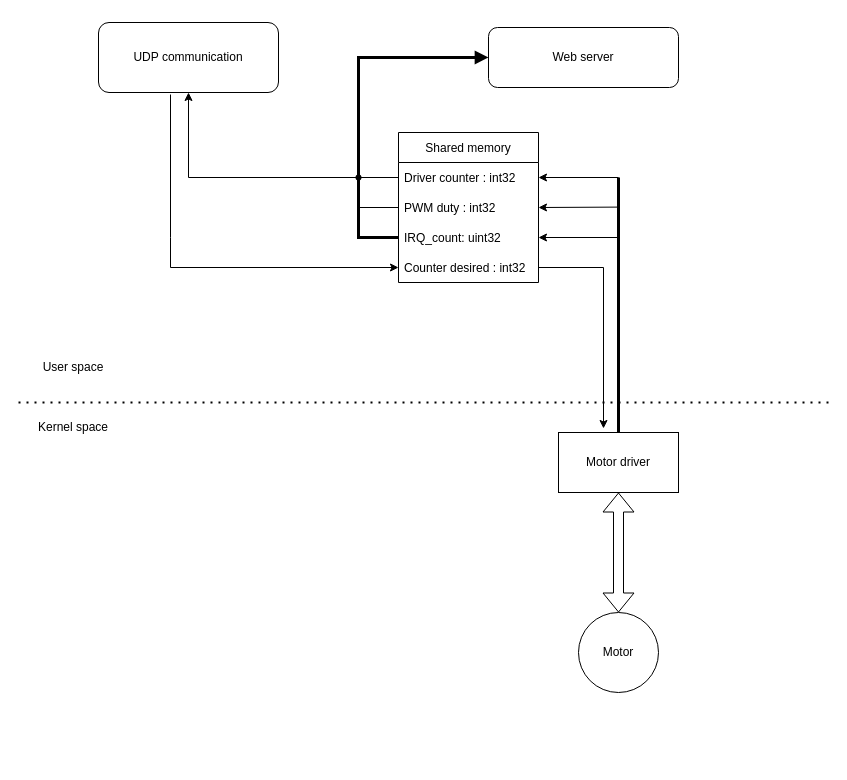
Earlier version of the draw.io diagram Structure.drawio (ddatsko/CTU_RTSP_term_project). Source tidied: cells renumbered, new cells numbered last; positions are measured from the earlier drawing's top-left corner, leaving out a move shared by most shapes. Both pictures are drawn from the tidied source at 100%, with x=0, y=0 at pixel (18, 22).
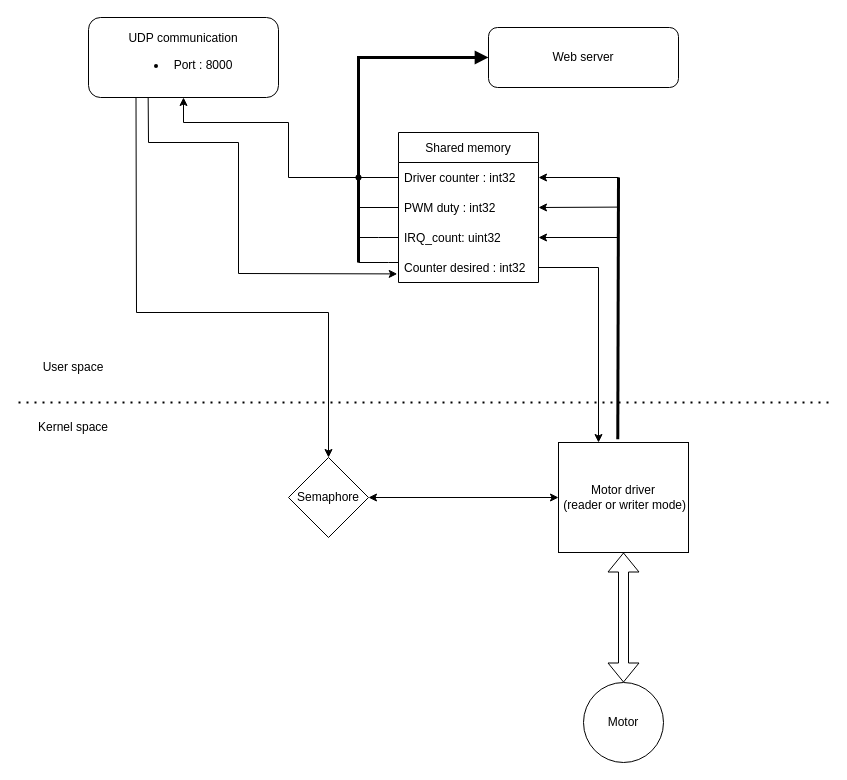
The same page after the edit.

The change refers to these unchanged cells:
```xml
<mxCell id="10" value="Driver counter : int32" style="text;strokeColor=none;fillColor=none;align=left;verticalAlign=middle;spacingLeft=4;spacingRight=4;overflow=hidden;points=[[0,0.5],[1,0.5]];portConstraint=eastwest;" parent="9" vertex="1">
  <mxGeometry y="30" width="140" height="30" as="geometry" />
</mxCell>
<mxCell id="12" value="IRQ_count: uint32" style="text;strokeColor=none;fillColor=none;align=left;verticalAlign=middle;spacingLeft=4;spacingRight=4;overflow=hidden;points=[[0,0.5],[1,0.5]];portConstraint=eastwest;" parent="9" vertex="1">
  <mxGeometry y="90" width="140" height="30" as="geometry" />
</mxCell>
<mxCell id="13" value="Counter desired : int32" style="text;strokeColor=none;fillColor=none;align=left;verticalAlign=middle;spacingLeft=4;spacingRight=4;overflow=hidden;points=[[0,0.5],[1,0.5]];portConstraint=eastwest;" parent="9" vertex="1">
  <mxGeometry y="120" width="140" height="30" as="geometry" />
</mxCell>
<mxCell id="24" style="shape=waypoint;sketch=0;fillStyle=solid;size=6;points=[];fillColor=none;perimeter=centerPerimeter;snapToPoint=1;" parent="1" vertex="1">
  <mxGeometry x="320" y="135" width="40" height="40" as="geometry" />
</mxCell>
```

The edit, as a diff of the source:
```diff
@@
-    <mxCell id="2" value="&lt;div&gt;Motor driver&lt;/div&gt;" style="rounded=0;whiteSpace=wrap;html=1;" parent="1" vertex="1">
-      <mxGeometry x="540" y="410" width="120" height="60" as="geometry" />
+    <mxCell id="2" value="&lt;div&gt;Motor driver&lt;/div&gt;&lt;div&gt;&amp;nbsp;(reader or writer mode)&lt;/div&gt;" style="rounded=0;whiteSpace=wrap;html=1;" parent="1" vertex="1">
+      <mxGeometry x="540" y="420" width="130" height="110" as="geometry" />
     </mxCell>
     <mxCell id="3" value="Motor" style="ellipse;whiteSpace=wrap;html=1;" parent="1" vertex="1">
-      <mxGeometry x="560" y="590" width="80" height="80" as="geometry" />
+      <mxGeometry x="565" y="660" width="80" height="80" as="geometry" />
     </mxCell>
@@
-    <mxCell id="5" value="&lt;div&gt;UDP communication&lt;/div&gt;" style="rounded=1;whiteSpace=wrap;html=1;" parent="1" vertex="1">
-      <mxGeometry x="80" width="180" height="70" as="geometry" />
+    <mxCell id="5" value="&lt;div&gt;UDP communication&lt;/div&gt;&lt;div&gt;&lt;ul&gt;&lt;li&gt;Port : 8000&lt;/li&gt;&lt;/ul&gt;&lt;/div&gt;" style="rounded=1;whiteSpace=wrap;html=1;" parent="1" vertex="1">
+      <mxGeometry x="70" y="-5" width="190" height="80" as="geometry" />
     </mxCell>
@@
     <mxCell id="14" style="endArrow=classic;html=1;rounded=0;exitX=0;exitY=0.5;exitDx=0;exitDy=0;entryX=0.5;entryY=1;entryDx=0;entryDy=0;" parent="1" edge="1" source="10" target="5">
       <mxGeometry relative="1" as="geometry">
         <Array as="points">
-          <mxPoint x="170" y="155" />
+          <mxPoint x="270" y="155" />
+          <mxPoint x="270" y="100" />
+          <mxPoint x="165" y="100" />
         </Array>
       </mxGeometry>
     </mxCell>
-    <mxCell id="15" style="endArrow=classic;html=1;rounded=0;exitX=0.4;exitY=1.029;exitDx=0;exitDy=0;exitPerimeter=0;entryX=0;entryY=0.5;entryDx=0;entryDy=0;" parent="1" edge="1" source="5" target="13">
-      <mxGeometry relative="1" as="geometry">
-        <Array as="points">
-          <mxPoint x="152" y="215" />
-          <mxPoint x="152" y="245" />
-        </Array>
-      </mxGeometry>
-    </mxCell>
-    <mxCell id="16" style="endArrow=classic;html=1;rounded=0;exitX=1;exitY=0.5;exitDx=0;exitDy=0;entryX=0.375;entryY=-0.067;entryDx=0;entryDy=0;entryPerimeter=0;" parent="1" edge="1" source="13" target="2">
-      <mxGeometry relative="1" as="geometry">
-        <Array as="points">
-          <mxPoint x="585" y="245" />
-        </Array>
-      </mxGeometry>
-    </mxCell>
@@
-    <mxCell id="19" style="endArrow=none;html=1;rounded=0;entryX=0;entryY=0.5;entryDx=0;entryDy=0;strokeWidth=3;exitDx=0;exitDy=0;startArrow=none;startFill=1;" parent="1" edge="1" source="24" target="12">
+    <mxCell id="19" style="endArrow=none;html=1;rounded=0;strokeWidth=3;exitDx=0;exitDy=0;startArrow=none;startFill=1;" parent="1" edge="1" source="24">
       <mxGeometry relative="1" as="geometry">
+        <mxPoint x="340" y="215" as="targetPoint" />
         <Array as="points">
           <mxPoint x="340" y="35" />
-          <mxPoint x="340" y="215" />
+          <mxPoint x="340" y="240" />
         </Array>
       </mxGeometry>
     </mxCell>
@@
-    <mxCell id="23" style="endArrow=none;html=1;rounded=0;strokeWidth=3;exitX=0.5;exitY=0;exitDx=0;exitDy=0;arcSize=22;" parent="1" edge="1" source="2">
+    <mxCell id="23" style="endArrow=none;html=1;rounded=0;strokeWidth=3;arcSize=22;endFill=0;startArrow=none;startFill=0;exitX=0.456;exitY=-0.03;exitDx=0;exitDy=0;exitPerimeter=0;" parent="1" edge="1" source="2">
       <mxGeometry relative="1" as="geometry">
         <mxPoint x="600" y="155" as="targetPoint" />
       </mxGeometry>
     </mxCell>
@@
+    <mxCell id="26" value="Semaphore" style="rhombus;whiteSpace=wrap;html=1;" parent="1" vertex="1">
+      <mxGeometry x="270" y="435" width="80" height="80" as="geometry" />
+    </mxCell>
+    <mxCell id="27" style="edgeStyle=orthogonalEdgeStyle;rounded=0;jettySize=auto;html=1;startArrow=none;startFill=0;endArrow=none;endFill=0;" parent="1" edge="1" source="13">
+      <mxGeometry relative="1" as="geometry">
+        <mxPoint x="340" y="240" as="targetPoint" />
+        <Array as="points">
+          <mxPoint x="370" y="240" />
+          <mxPoint x="370" y="240" />
+        </Array>
+      </mxGeometry>
+    </mxCell>
+    <mxCell id="28" style="edgeStyle=orthogonalEdgeStyle;rounded=0;jettySize=auto;html=1;startArrow=none;startFill=0;endArrow=none;endFill=0;" parent="1" edge="1" source="12">
+      <mxGeometry relative="1" as="geometry">
+        <mxPoint x="340" y="215" as="targetPoint" />
+      </mxGeometry>
+    </mxCell>
+    <mxCell id="15" style="endArrow=classic;html=1;rounded=0;exitX=0.314;exitY=1.001;exitDx=0;exitDy=0;exitPerimeter=0;entryX=-0.009;entryY=0.714;entryDx=0;entryDy=0;entryPerimeter=0;" parent="1" edge="1" source="5" target="13">
+      <mxGeometry relative="1" as="geometry">
+        <Array as="points">
+          <mxPoint x="130" y="120" />
+          <mxPoint x="220" y="120" />
+          <mxPoint x="220" y="251" />
+        </Array>
+      </mxGeometry>
+    </mxCell>
+    <mxCell id="16" style="edgeStyle=orthogonalEdgeStyle;rounded=0;jettySize=auto;html=1;startArrow=none;startFill=0;endArrow=classic;endFill=1;" parent="1" edge="1" source="13" target="2">
+      <mxGeometry relative="1" as="geometry">
+        <Array as="points">
+          <mxPoint x="580" y="245" />
+        </Array>
+      </mxGeometry>
+    </mxCell>
+    <mxCell id="29" style="endArrow=classic;html=1;rounded=0;exitX=0.25;exitY=1;exitDx=0;exitDy=0;entryX=0.5;entryY=0;entryDx=0;entryDy=0;" parent="1" edge="1" source="5" target="26">
+      <mxGeometry relative="1" as="geometry">
+        <Array as="points">
+          <mxPoint x="118" y="290" />
+          <mxPoint x="310" y="290" />
+        </Array>
+      </mxGeometry>
+    </mxCell>
+    <mxCell id="30" style="endArrow=classic;html=1;rounded=0;exitX=1;exitY=0.5;exitDx=0;exitDy=0;entryX=0;entryY=0.5;entryDx=0;entryDy=0;startArrow=classic;startFill=1;" parent="1" edge="1" source="26" target="2">
+      <mxGeometry relative="1" as="geometry" />
+    </mxCell>
```
